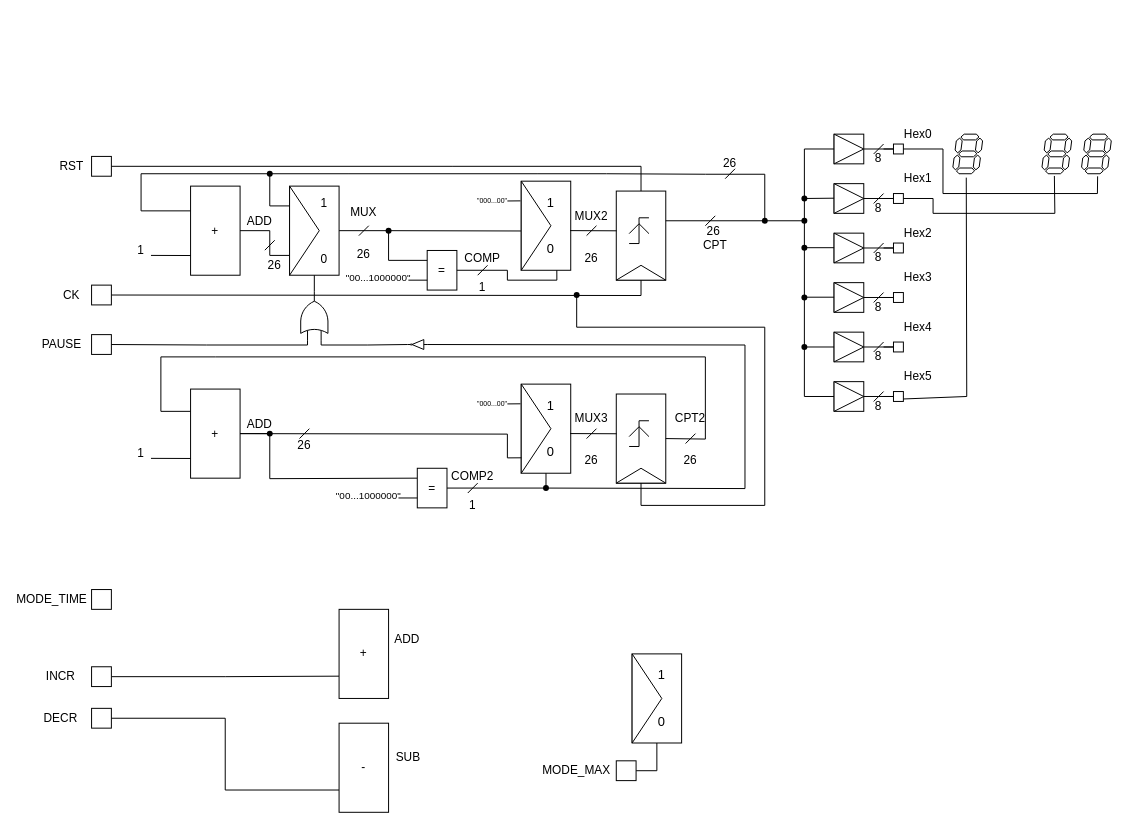
Earlier version of the draw.io diagram CPT26CONF.drawio (negans-soyez/VHDL). Source tidied: cells renumbered, new cells numbered last; positions are measured from the earlier drawing's top-left corner, leaving out a move shared by most shapes. Both pictures are drawn from the tidied source at 99%, with x=0, y=0 at pixel (22, 119).
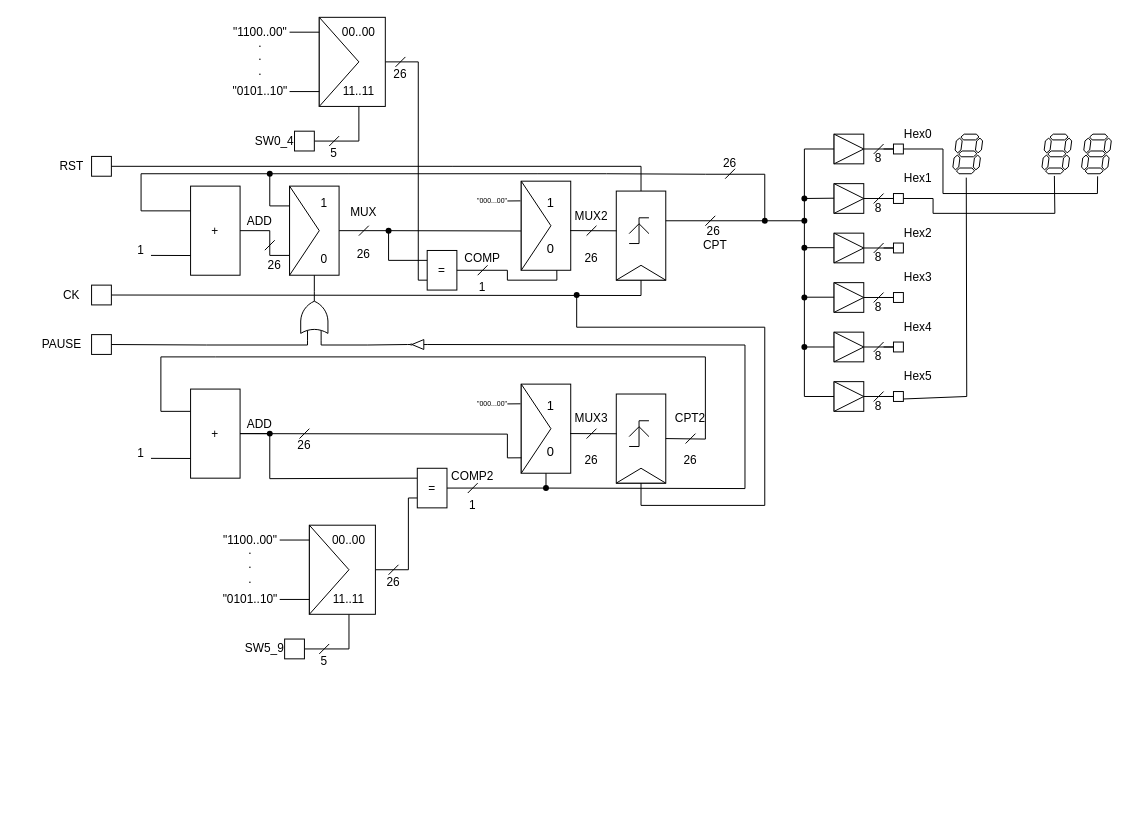
The same page after the edit.

Commit message (it also covers changes not shown here):
Mettre à jour CPT26CONF.drawio

The change refers to these unchanged cells:
```xml
<mxCell id="115" value="=" style="rounded=0;whiteSpace=wrap;html=1;" parent="1" vertex="1">
  <mxGeometry x="409" y="132.5" width="30" height="40" as="geometry" />
</mxCell>
<mxCell id="146" value="=" style="rounded=0;whiteSpace=wrap;html=1;" parent="1" vertex="1">
  <mxGeometry x="399" y="352.5" width="30" height="40" as="geometry" />
</mxCell>
```

The edit, as a diff of the source:
```diff
@@
+    <mxCell id="191" style="edgeStyle=orthogonalEdgeStyle;rounded=0;jettySize=auto;html=1;exitX=0;exitY=0.75;exitDx=0;exitDy=0;entryX=1;entryY=0.5;entryDx=0;entryDy=0;endArrow=none;endFill=0;" parent="1" edge="1" source="115" target="214">
+      <mxGeometry relative="1" as="geometry">
+        <Array as="points">
+          <mxPoint x="400" y="163" />
+          <mxPoint x="400" y="-58" />
+        </Array>
+      </mxGeometry>
+    </mxCell>
@@
-    <mxCell id="117" style="endArrow=none;html=1;rounded=0;entryX=0;entryY=0.75;entryDx=0;entryDy=0;" parent="1" edge="1" target="115">
-      <mxGeometry relative="1" as="geometry">
-        <mxPoint x="390" y="162.5" as="sourcePoint" />
-      </mxGeometry>
-    </mxCell>
-    <mxCell id="118" value="&quot;00...1000000&quot;" style="text;html=1;align=center;verticalAlign=middle;whiteSpace=wrap;rounded=0;fontSize=10;" parent="1" vertex="1">
-      <mxGeometry x="330" y="145" width="60" height="30" as="geometry" />
-    </mxCell>
@@
+    <mxCell id="192" style="edgeStyle=orthogonalEdgeStyle;rounded=0;jettySize=auto;html=1;exitX=0;exitY=0.75;exitDx=0;exitDy=0;entryX=1;entryY=0.5;entryDx=0;entryDy=0;endArrow=none;endFill=0;" parent="1" edge="1" source="146" target="197">
+      <mxGeometry relative="1" as="geometry">
+        <Array as="points">
+          <mxPoint x="390" y="383" />
+          <mxPoint x="390" y="455" />
+        </Array>
+      </mxGeometry>
+    </mxCell>
@@
-    <mxCell id="147" style="endArrow=none;html=1;rounded=0;entryX=0;entryY=0.75;entryDx=0;entryDy=0;" parent="1" edge="1" target="146">
-      <mxGeometry relative="1" as="geometry">
-        <mxPoint x="380" y="382.5" as="sourcePoint" />
-      </mxGeometry>
-    </mxCell>
-    <mxCell id="148" value="&quot;00...1000000&quot;" style="text;html=1;align=center;verticalAlign=middle;whiteSpace=wrap;rounded=0;fontSize=10;" parent="1" vertex="1">
-      <mxGeometry x="320" y="365" width="60" height="30" as="geometry" />
-    </mxCell>
@@
-    <mxCell id="172" style="edgeStyle=orthogonalEdgeStyle;rounded=0;jettySize=auto;html=1;exitX=1;exitY=0.5;exitDx=0;exitDy=0;entryX=0.5;entryY=1;entryDx=0;entryDy=0;endArrow=none;endFill=0;" parent="1" edge="1" source="173" target="188">
-      <mxGeometry relative="1" as="geometry" />
-    </mxCell>
-    <mxCell id="173" style="rounded=0;whiteSpace=wrap;html=1;" parent="1" vertex="1">
-      <mxGeometry x="600" y="648" width="20" height="20" as="geometry" />
-    </mxCell>
-    <mxCell id="174" value="MODE_MAX" style="text;html=1;align=center;verticalAlign=middle;whiteSpace=wrap;rounded=0;" parent="1" vertex="1">
-      <mxGeometry x="530" y="643" width="60" height="30" as="geometry" />
-    </mxCell>
-    <mxCell id="175" style="rounded=0;whiteSpace=wrap;html=1;" parent="1" vertex="1">
-      <mxGeometry x="70" y="475" width="20" height="20" as="geometry" />
-    </mxCell>
-    <mxCell id="176" value="MODE_TIME" style="text;html=1;align=center;verticalAlign=middle;whiteSpace=wrap;rounded=0;" parent="1" vertex="1">
-      <mxGeometry y="470" width="60" height="30" as="geometry" />
-    </mxCell>
-    <mxCell id="177" style="edgeStyle=orthogonalEdgeStyle;rounded=0;jettySize=auto;html=1;exitX=1;exitY=0.5;exitDx=0;exitDy=0;entryX=0;entryY=0.75;entryDx=0;entryDy=0;endArrow=none;endFill=0;" parent="1" edge="1" source="178" target="182">
-      <mxGeometry relative="1" as="geometry" />
-    </mxCell>
-    <mxCell id="178" style="rounded=0;whiteSpace=wrap;html=1;" parent="1" vertex="1">
-      <mxGeometry x="70" y="553" width="20" height="20" as="geometry" />
-    </mxCell>
-    <mxCell id="179" value="INCR" style="text;html=1;align=center;verticalAlign=middle;whiteSpace=wrap;rounded=0;" parent="1" vertex="1">
-      <mxGeometry x="9" y="548" width="60" height="30" as="geometry" />
-    </mxCell>
-    <mxCell id="180" style="rounded=0;whiteSpace=wrap;html=1;" parent="1" vertex="1">
-      <mxGeometry x="70" y="595" width="20" height="20" as="geometry" />
-    </mxCell>
-    <mxCell id="181" value="DECR" style="text;html=1;align=center;verticalAlign=middle;whiteSpace=wrap;rounded=0;" parent="1" vertex="1">
-      <mxGeometry x="9" y="590" width="60" height="30" as="geometry" />
-    </mxCell>
-    <mxCell id="182" value="+" style="rounded=0;whiteSpace=wrap;html=1;" parent="1" vertex="1">
-      <mxGeometry x="320" y="495" width="50" height="90" as="geometry" />
-    </mxCell>
-    <mxCell id="183" value="ADD" style="text;html=1;align=center;verticalAlign=middle;whiteSpace=wrap;rounded=0;" parent="1" vertex="1">
-      <mxGeometry x="379" y="520" width="20" height="10" as="geometry" />
-    </mxCell>
-    <mxCell id="184" style="edgeStyle=orthogonalEdgeStyle;rounded=0;jettySize=auto;html=1;exitX=0;exitY=0.75;exitDx=0;exitDy=0;entryX=1;entryY=0.5;entryDx=0;entryDy=0;endArrow=none;endFill=0;" parent="1" edge="1" source="185" target="180">
-      <mxGeometry relative="1" as="geometry" />
-    </mxCell>
-    <mxCell id="185" value="-" style="rounded=0;whiteSpace=wrap;html=1;" parent="1" vertex="1">
-      <mxGeometry x="320" y="610" width="50" height="90" as="geometry" />
-    </mxCell>
-    <mxCell id="186" value="SUB" style="text;html=1;align=center;verticalAlign=middle;whiteSpace=wrap;rounded=0;" parent="1" vertex="1">
-      <mxGeometry x="380" y="640" width="20" height="10" as="geometry" />
-    </mxCell>
-    <mxCell id="187" style="group;" parent="1" vertex="1">
-      <mxGeometry x="616" y="540" width="60" height="90" as="geometry" />
-    </mxCell>
-    <mxCell id="188" style="rounded=0;whiteSpace=wrap;html=1;" parent="187" vertex="1">
-      <mxGeometry width="50" height="90" as="geometry" />
-    </mxCell>
-    <mxCell id="189" style="triangle;whiteSpace=wrap;html=1;" parent="187" vertex="1">
-      <mxGeometry width="30" height="90" as="geometry" />
-    </mxCell>
-    <mxCell id="190" value="&lt;span&gt;1&lt;/span&gt;&lt;div&gt;&lt;span&gt;&lt;br&gt;&lt;/span&gt;&lt;/div&gt;&lt;div&gt;&lt;span&gt;&lt;br&gt;&lt;/span&gt;&lt;/div&gt;&lt;div&gt;&lt;span&gt;0&lt;/span&gt;&lt;/div&gt;" style="text;html=1;align=center;verticalAlign=middle;whiteSpace=wrap;rounded=0;fontSize=13;" parent="187" vertex="1">
-      <mxGeometry x="25" y="30" width="10" height="30" as="geometry" />
-    </mxCell>
+    <mxCell id="193" style="edgeStyle=orthogonalEdgeStyle;rounded=0;jettySize=auto;html=1;exitX=1;exitY=0.5;exitDx=0;exitDy=0;entryX=0.5;entryY=1;entryDx=0;entryDy=0;endArrow=none;endFill=0;" parent="1" edge="1" source="194" target="201">
+      <mxGeometry relative="1" as="geometry" />
+    </mxCell>
+    <mxCell id="194" style="rounded=0;whiteSpace=wrap;html=1;strokeColor=#000000;" parent="1" vertex="1">
+      <mxGeometry x="265" y="525" width="20" height="20" as="geometry" />
+    </mxCell>
+    <mxCell id="195" value="SW5_9" style="text;html=1;align=center;verticalAlign=middle;whiteSpace=wrap;rounded=0;fontColor=#000000;" parent="1" vertex="1">
+      <mxGeometry x="215" y="520" width="60" height="30" as="geometry" />
+    </mxCell>
+    <mxCell id="196" style="group;" parent="1" vertex="1">
+      <mxGeometry x="290" y="410" width="80" height="90" as="geometry" />
+    </mxCell>
+    <mxCell id="197" style="rounded=0;whiteSpace=wrap;html=1;" parent="196" vertex="1">
+      <mxGeometry width="66.7" height="90" as="geometry" />
+    </mxCell>
+    <mxCell id="198" style="triangle;whiteSpace=wrap;html=1;" parent="196" vertex="1">
+      <mxGeometry width="40" height="90" as="geometry" />
+    </mxCell>
+    <mxCell id="199" style="edgeStyle=orthogonalEdgeStyle;rounded=0;jettySize=auto;html=1;exitX=0;exitY=0.5;exitDx=0;exitDy=0;endArrow=none;endFill=0;" parent="196" edge="1" source="200">
+      <mxGeometry relative="1" as="geometry">
+        <mxPoint x="-30" y="14.7" as="targetPoint" />
+      </mxGeometry>
+    </mxCell>
+    <mxCell id="200" value="00..00" style="text;html=1;align=center;verticalAlign=middle;whiteSpace=wrap;rounded=0;" parent="196" vertex="1">
+      <mxGeometry width="80" height="30" as="geometry" />
+    </mxCell>
+    <mxCell id="201" value="11..11" style="text;html=1;align=center;verticalAlign=middle;whiteSpace=wrap;rounded=0;" parent="196" vertex="1">
+      <mxGeometry y="60" width="80" height="30" as="geometry" />
+    </mxCell>
+    <mxCell id="202" value="&quot;1100..00&quot;" style="text;html=1;align=center;verticalAlign=middle;strokeColor=none;fillColor=none;" parent="1" vertex="1">
+      <mxGeometry x="190" y="410" width="80" height="30" as="geometry" />
+    </mxCell>
+    <mxCell id="203" style="edgeStyle=orthogonalEdgeStyle;rounded=0;orthogonalLoop=1;jettySize=auto;html=1;exitX=0;exitY=0.5;exitDx=0;exitDy=0;endArrow=none;endFill=0;" parent="1" edge="1">
+      <mxGeometry relative="1" as="geometry">
+        <mxPoint x="290" y="485" as="sourcePoint" />
+        <mxPoint x="260" y="484.7" as="targetPoint" />
+      </mxGeometry>
+    </mxCell>
+    <mxCell id="204" value="&quot;0101..10&quot;" style="text;html=1;align=center;verticalAlign=middle;strokeColor=none;fillColor=none;" parent="1" vertex="1">
+      <mxGeometry x="190" y="470" width="80" height="30" as="geometry" />
+    </mxCell>
+    <mxCell id="205" value=".&lt;div&gt;.&lt;/div&gt;&lt;div&gt;.&lt;/div&gt;" style="text;html=1;align=center;verticalAlign=middle;strokeColor=none;fillColor=none;" parent="1" vertex="1">
+      <mxGeometry x="215" y="420" width="30" height="60" as="geometry" />
+    </mxCell>
+    <mxCell id="206" style="endArrow=none;html=1;rounded=0;" parent="1" edge="1">
+      <mxGeometry relative="1" as="geometry">
+        <mxPoint x="300" y="540" as="sourcePoint" />
+        <mxPoint x="310" y="530" as="targetPoint" />
+      </mxGeometry>
+    </mxCell>
+    <mxCell id="207" value="5" style="text;html=1;align=center;verticalAlign=middle;whiteSpace=wrap;rounded=0;" parent="1" vertex="1">
+      <mxGeometry x="300" y="532.5" width="10" height="30" as="geometry" />
+    </mxCell>
+    <mxCell id="208" style="endArrow=none;html=1;rounded=0;" parent="1" edge="1">
+      <mxGeometry relative="1" as="geometry">
+        <mxPoint x="370" y="460" as="sourcePoint" />
+        <mxPoint x="380" y="450" as="targetPoint" />
+      </mxGeometry>
+    </mxCell>
+    <mxCell id="209" value="26" style="text;html=1;align=center;verticalAlign=middle;whiteSpace=wrap;rounded=0;" parent="1" vertex="1">
+      <mxGeometry x="370" y="452.5" width="10" height="30" as="geometry" />
+    </mxCell>
+    <mxCell id="210" style="edgeStyle=orthogonalEdgeStyle;rounded=0;jettySize=auto;html=1;exitX=1;exitY=0.5;exitDx=0;exitDy=0;entryX=0.5;entryY=1;entryDx=0;entryDy=0;endArrow=none;endFill=0;" parent="1" edge="1" source="211" target="218">
+      <mxGeometry relative="1" as="geometry" />
+    </mxCell>
+    <mxCell id="211" style="rounded=0;whiteSpace=wrap;html=1;strokeColor=#000000;" parent="1" vertex="1">
+      <mxGeometry x="275" y="12" width="20" height="20" as="geometry" />
+    </mxCell>
+    <mxCell id="212" value="SW0_4" style="text;html=1;align=center;verticalAlign=middle;whiteSpace=wrap;rounded=0;fontColor=#000000;" parent="1" vertex="1">
+      <mxGeometry x="225" y="7" width="60" height="30" as="geometry" />
+    </mxCell>
+    <mxCell id="213" style="group;" parent="1" vertex="1">
+      <mxGeometry x="300" y="-103" width="87" height="90" as="geometry" />
+    </mxCell>
+    <mxCell id="214" style="rounded=0;whiteSpace=wrap;html=1;" parent="213" vertex="1">
+      <mxGeometry width="66.7" height="90" as="geometry" />
+    </mxCell>
+    <mxCell id="215" style="triangle;whiteSpace=wrap;html=1;" parent="213" vertex="1">
+      <mxGeometry width="40" height="90" as="geometry" />
+    </mxCell>
+    <mxCell id="216" style="edgeStyle=orthogonalEdgeStyle;rounded=0;jettySize=auto;html=1;exitX=0;exitY=0.5;exitDx=0;exitDy=0;endArrow=none;endFill=0;" parent="213" edge="1" source="217">
+      <mxGeometry relative="1" as="geometry">
+        <mxPoint x="-30" y="14.7" as="targetPoint" />
+      </mxGeometry>
+    </mxCell>
+    <mxCell id="217" value="00..00" style="text;html=1;align=center;verticalAlign=middle;whiteSpace=wrap;rounded=0;" parent="213" vertex="1">
+      <mxGeometry width="80" height="30" as="geometry" />
+    </mxCell>
+    <mxCell id="218" value="11..11" style="text;html=1;align=center;verticalAlign=middle;whiteSpace=wrap;rounded=0;" parent="213" vertex="1">
+      <mxGeometry y="60" width="80" height="30" as="geometry" />
+    </mxCell>
+    <mxCell id="219" style="endArrow=none;html=1;rounded=0;" parent="213" edge="1">
+      <mxGeometry relative="1" as="geometry">
+        <mxPoint x="77" y="50" as="sourcePoint" />
+        <mxPoint x="87" y="40" as="targetPoint" />
+      </mxGeometry>
+    </mxCell>
+    <mxCell id="220" value="26" style="text;html=1;align=center;verticalAlign=middle;whiteSpace=wrap;rounded=0;" parent="213" vertex="1">
+      <mxGeometry x="77" y="42.5" width="10" height="30" as="geometry" />
+    </mxCell>
+    <mxCell id="221" value="&quot;1100..00&quot;" style="text;html=1;align=center;verticalAlign=middle;strokeColor=none;fillColor=none;" parent="1" vertex="1">
+      <mxGeometry x="200" y="-103" width="80" height="30" as="geometry" />
+    </mxCell>
+    <mxCell id="222" style="edgeStyle=orthogonalEdgeStyle;rounded=0;orthogonalLoop=1;jettySize=auto;html=1;exitX=0;exitY=0.5;exitDx=0;exitDy=0;endArrow=none;endFill=0;" parent="1" edge="1">
+      <mxGeometry relative="1" as="geometry">
+        <mxPoint x="300" y="-28" as="sourcePoint" />
+        <mxPoint x="270" y="-28.3" as="targetPoint" />
+      </mxGeometry>
+    </mxCell>
+    <mxCell id="223" value="&quot;0101..10&quot;" style="text;html=1;align=center;verticalAlign=middle;strokeColor=none;fillColor=none;" parent="1" vertex="1">
+      <mxGeometry x="200" y="-43" width="80" height="30" as="geometry" />
+    </mxCell>
+    <mxCell id="224" value=".&lt;div&gt;.&lt;/div&gt;&lt;div&gt;.&lt;/div&gt;" style="text;html=1;align=center;verticalAlign=middle;strokeColor=none;fillColor=none;" parent="1" vertex="1">
+      <mxGeometry x="225" y="-93" width="30" height="60" as="geometry" />
+    </mxCell>
+    <mxCell id="225" style="endArrow=none;html=1;rounded=0;" parent="1" edge="1">
+      <mxGeometry relative="1" as="geometry">
+        <mxPoint x="310" y="27" as="sourcePoint" />
+        <mxPoint x="320" y="17" as="targetPoint" />
+      </mxGeometry>
+    </mxCell>
+    <mxCell id="226" value="5" style="text;html=1;align=center;verticalAlign=middle;whiteSpace=wrap;rounded=0;" parent="1" vertex="1">
+      <mxGeometry x="310" y="19.5" width="10" height="30" as="geometry" />
+    </mxCell>
```
